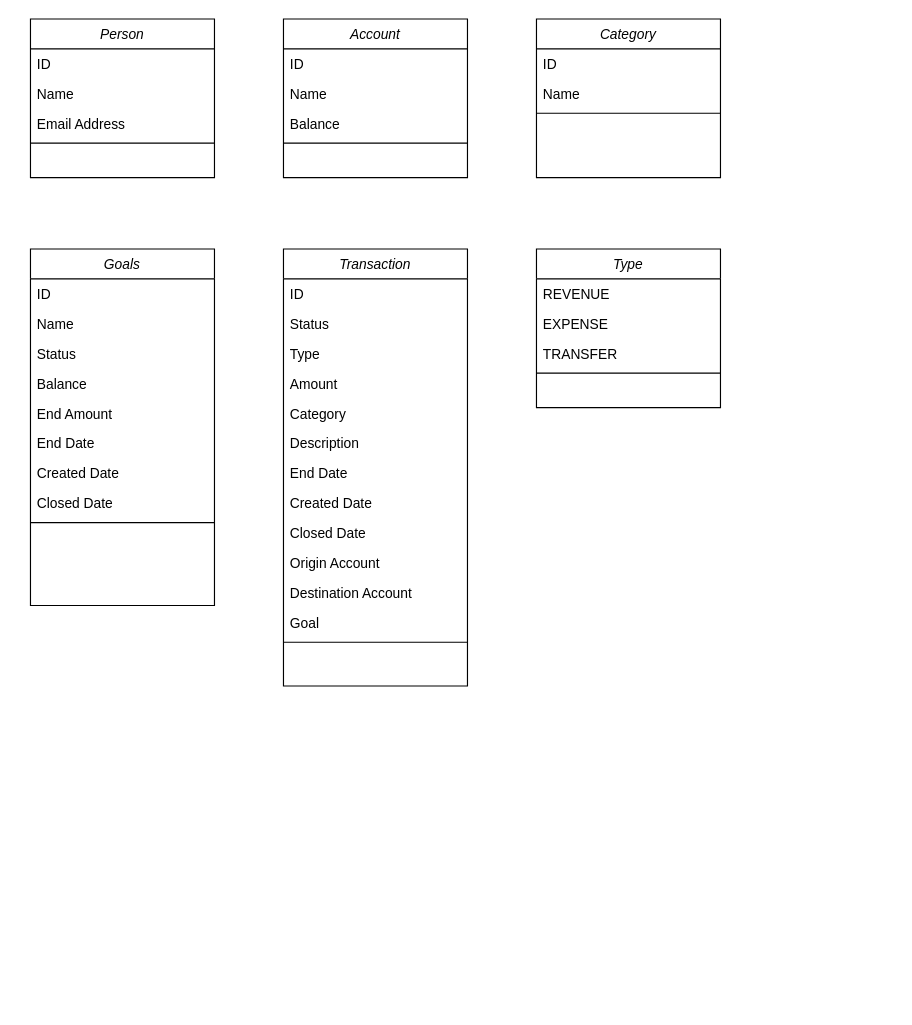
bassalobre/money-machine keeps this draw.io diagram as class_diagram.drawio. Above is the earlier version. Source tidied: cells renumbered, new cells numbered last; positions are measured from the earlier drawing's top-left corner, leaving out a move shared by most shapes. Both pictures are drawn from the tidied source at 115%, with x=0, y=0 at pixel (30, 18).
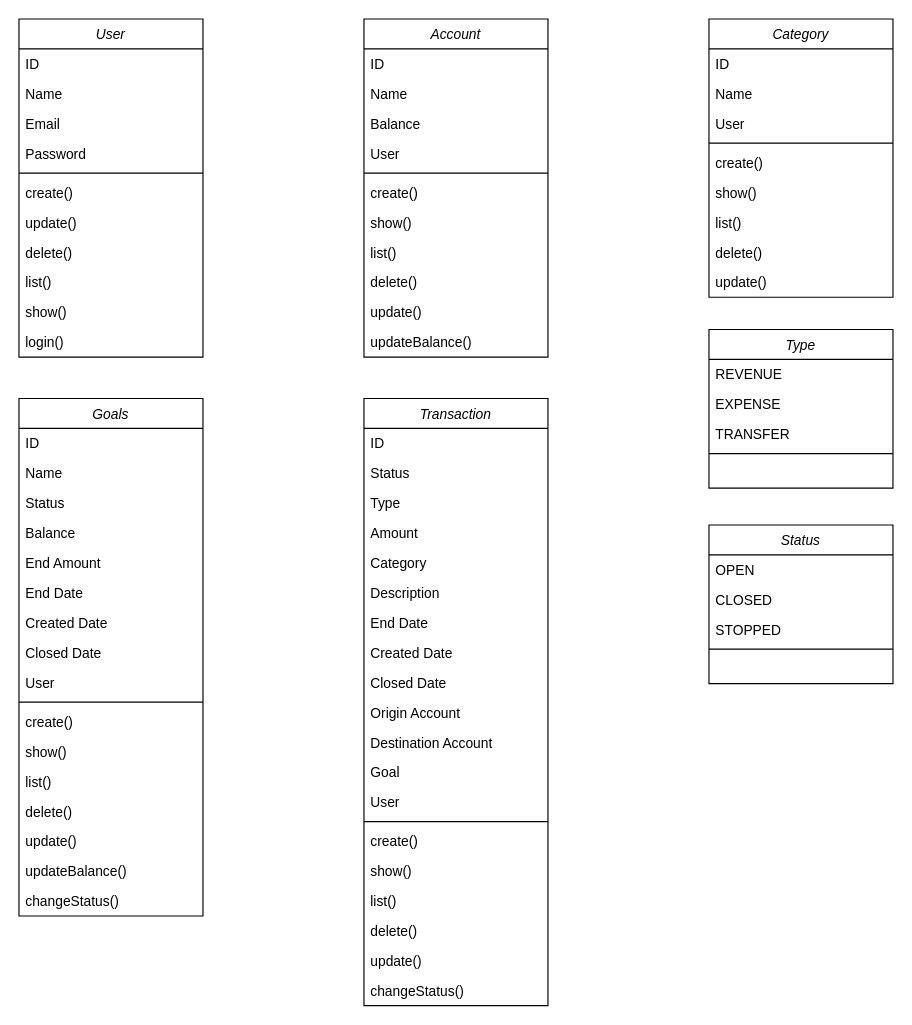
The same diagram, later.

Commit message:
Add methods on class diagram

What changed in the source:
```diff
@@
-    <mxCell id="2" value="Person" style="swimlane;fontStyle=2;align=center;verticalAlign=top;horizontal=1;startSize=26;rounded=0;shadow=0;strokeWidth=1;" parent="1" vertex="1">
-      <mxGeometry width="160" height="138" as="geometry" />
+    <mxCell id="2" value="User" style="swimlane;fontStyle=2;align=center;verticalAlign=top;horizontal=1;startSize=26;rounded=0;shadow=0;strokeWidth=1;" parent="1" vertex="1">
+      <mxGeometry x="-10" width="160" height="294" as="geometry" />
     </mxCell>
@@
-    <mxCell id="5" value="Email Address" style="text;align=left;verticalAlign=top;spacingLeft=4;spacingRight=4;overflow=hidden;rounded=0;shadow=0;html=0;" parent="2" vertex="1">
+    <mxCell id="5" value="Email" style="text;align=left;verticalAlign=top;spacingLeft=4;spacingRight=4;overflow=hidden;rounded=0;shadow=0;html=0;" parent="2" vertex="1">
       <mxGeometry y="78" width="160" height="26" as="geometry" />
     </mxCell>
+    <mxCell id="45" value="Password" style="text;align=left;verticalAlign=top;spacingLeft=4;spacingRight=4;overflow=hidden;rounded=0;shadow=0;html=0;" parent="2" vertex="1">
+      <mxGeometry y="104" width="160" height="26" as="geometry" />
+    </mxCell>
     <mxCell id="6" style="line;html=1;strokeWidth=1;align=left;verticalAlign=middle;spacingTop=-1;spacingLeft=3;spacingRight=3;labelPosition=right;" parent="2" vertex="1">
-      <mxGeometry y="104" width="160" height="8" as="geometry" />
+      <mxGeometry y="130" width="160" height="8" as="geometry" />
     </mxCell>
+    <mxCell id="46" value="create()" style="text;align=left;verticalAlign=top;spacingLeft=4;spacingRight=4;overflow=hidden;rounded=0;shadow=0;html=0;" parent="2" vertex="1">
+      <mxGeometry y="138" width="160" height="26" as="geometry" />
+    </mxCell>
+    <mxCell id="47" value="update()" style="text;align=left;verticalAlign=top;spacingLeft=4;spacingRight=4;overflow=hidden;rounded=0;shadow=0;html=0;" parent="2" vertex="1">
+      <mxGeometry y="164" width="160" height="26" as="geometry" />
+    </mxCell>
+    <mxCell id="48" value="delete()" style="text;align=left;verticalAlign=top;spacingLeft=4;spacingRight=4;overflow=hidden;rounded=0;shadow=0;html=0;" parent="2" vertex="1">
+      <mxGeometry y="190" width="160" height="26" as="geometry" />
+    </mxCell>
+    <mxCell id="49" value="list()" style="text;align=left;verticalAlign=top;spacingLeft=4;spacingRight=4;overflow=hidden;rounded=0;shadow=0;html=0;" parent="2" vertex="1">
+      <mxGeometry y="216" width="160" height="26" as="geometry" />
+    </mxCell>
+    <mxCell id="50" value="show()" style="text;align=left;verticalAlign=top;spacingLeft=4;spacingRight=4;overflow=hidden;rounded=0;shadow=0;html=0;" parent="2" vertex="1">
+      <mxGeometry y="242" width="160" height="26" as="geometry" />
+    </mxCell>
+    <mxCell id="51" value="login()" style="text;align=left;verticalAlign=top;spacingLeft=4;spacingRight=4;overflow=hidden;rounded=0;shadow=0;html=0;" parent="2" vertex="1">
+      <mxGeometry y="268" width="160" height="26" as="geometry" />
+    </mxCell>
     <mxCell id="7" value="Account" style="swimlane;fontStyle=2;align=center;verticalAlign=top;horizontal=1;startSize=26;rounded=0;shadow=0;strokeWidth=1;" parent="1" vertex="1">
-      <mxGeometry x="220" width="160" height="138" as="geometry" />
+      <mxGeometry x="290" width="160" height="294" as="geometry" />
     </mxCell>
@@
+    <mxCell id="52" value="User" style="text;align=left;verticalAlign=top;spacingLeft=4;spacingRight=4;overflow=hidden;rounded=0;shadow=0;html=0;" parent="7" vertex="1">
+      <mxGeometry y="104" width="160" height="26" as="geometry" />
+    </mxCell>
     <mxCell id="11" style="line;html=1;strokeWidth=1;align=left;verticalAlign=middle;spacingTop=-1;spacingLeft=3;spacingRight=3;labelPosition=right;" parent="7" vertex="1">
-      <mxGeometry y="104" width="160" height="8" as="geometry" />
+      <mxGeometry y="130" width="160" height="8" as="geometry" />
     </mxCell>
+    <mxCell id="53" value="create()" style="text;align=left;verticalAlign=top;spacingLeft=4;spacingRight=4;overflow=hidden;rounded=0;shadow=0;html=0;" parent="7" vertex="1">
+      <mxGeometry y="138" width="160" height="26" as="geometry" />
+    </mxCell>
+    <mxCell id="54" value="show()" style="text;align=left;verticalAlign=top;spacingLeft=4;spacingRight=4;overflow=hidden;rounded=0;shadow=0;html=0;" parent="7" vertex="1">
+      <mxGeometry y="164" width="160" height="26" as="geometry" />
+    </mxCell>
+    <mxCell id="55" value="list()" style="text;align=left;verticalAlign=top;spacingLeft=4;spacingRight=4;overflow=hidden;rounded=0;shadow=0;html=0;" parent="7" vertex="1">
+      <mxGeometry y="190" width="160" height="26" as="geometry" />
+    </mxCell>
+    <mxCell id="56" value="delete()" style="text;align=left;verticalAlign=top;spacingLeft=4;spacingRight=4;overflow=hidden;rounded=0;shadow=0;html=0;" parent="7" vertex="1">
+      <mxGeometry y="216" width="160" height="26" as="geometry" />
+    </mxCell>
+    <mxCell id="57" value="update()" style="text;align=left;verticalAlign=top;spacingLeft=4;spacingRight=4;overflow=hidden;rounded=0;shadow=0;html=0;" parent="7" vertex="1">
+      <mxGeometry y="242" width="160" height="26" as="geometry" />
+    </mxCell>
+    <mxCell id="58" value="updateBalance()" style="text;align=left;verticalAlign=top;spacingLeft=4;spacingRight=4;overflow=hidden;rounded=0;shadow=0;html=0;" parent="7" vertex="1">
+      <mxGeometry y="268" width="160" height="26" as="geometry" />
+    </mxCell>
     <mxCell id="12" value="Category" style="swimlane;fontStyle=2;align=center;verticalAlign=top;horizontal=1;startSize=26;rounded=0;shadow=0;strokeWidth=1;" parent="1" vertex="1">
-      <mxGeometry x="440" width="160" height="138" as="geometry" />
+      <mxGeometry x="590" width="160" height="242" as="geometry" />
     </mxCell>
@@
+    <mxCell id="59" value="User" style="text;align=left;verticalAlign=top;spacingLeft=4;spacingRight=4;overflow=hidden;" parent="12" vertex="1">
+      <mxGeometry y="78" width="160" height="26" as="geometry" />
+    </mxCell>
     <mxCell id="15" style="line;html=1;strokeWidth=1;align=left;verticalAlign=middle;spacingTop=-1;spacingLeft=3;spacingRight=3;labelPosition=right;" parent="12" vertex="1">
-      <mxGeometry y="78" width="160" height="8" as="geometry" />
+      <mxGeometry y="104" width="160" height="8" as="geometry" />
     </mxCell>
+    <mxCell id="60" value="create()" style="text;align=left;verticalAlign=top;spacingLeft=4;spacingRight=4;overflow=hidden;rounded=0;shadow=0;html=0;" parent="12" vertex="1">
+      <mxGeometry y="112" width="160" height="26" as="geometry" />
+    </mxCell>
+    <mxCell id="61" value="show()" style="text;align=left;verticalAlign=top;spacingLeft=4;spacingRight=4;overflow=hidden;rounded=0;shadow=0;html=0;" parent="12" vertex="1">
+      <mxGeometry y="138" width="160" height="26" as="geometry" />
+    </mxCell>
+    <mxCell id="62" value="list()" style="text;align=left;verticalAlign=top;spacingLeft=4;spacingRight=4;overflow=hidden;rounded=0;shadow=0;html=0;" parent="12" vertex="1">
+      <mxGeometry y="164" width="160" height="26" as="geometry" />
+    </mxCell>
+    <mxCell id="63" value="delete()" style="text;align=left;verticalAlign=top;spacingLeft=4;spacingRight=4;overflow=hidden;rounded=0;shadow=0;html=0;" parent="12" vertex="1">
+      <mxGeometry y="190" width="160" height="26" as="geometry" />
+    </mxCell>
+    <mxCell id="64" value="update()" style="text;align=left;verticalAlign=top;spacingLeft=4;spacingRight=4;overflow=hidden;rounded=0;shadow=0;html=0;" parent="12" vertex="1">
+      <mxGeometry y="216" width="160" height="26" as="geometry" />
+    </mxCell>
     <mxCell id="16" value="Goals" style="swimlane;fontStyle=2;align=center;verticalAlign=top;horizontal=1;startSize=26;rounded=0;shadow=0;strokeWidth=1;" parent="1" vertex="1">
-      <mxGeometry y="200" width="160" height="310" as="geometry" />
+      <mxGeometry x="-10" y="330" width="160" height="450" as="geometry" />
     </mxCell>
@@
+    <mxCell id="65" value="User" style="text;align=left;verticalAlign=top;spacingLeft=4;spacingRight=4;overflow=hidden;" parent="16" vertex="1">
+      <mxGeometry y="234" width="160" height="26" as="geometry" />
+    </mxCell>
     <mxCell id="25" style="line;html=1;strokeWidth=1;align=left;verticalAlign=middle;spacingTop=-1;spacingLeft=3;spacingRight=3;labelPosition=right;" parent="16" vertex="1">
-      <mxGeometry y="234" width="160" height="8" as="geometry" />
+      <mxGeometry y="260" width="160" height="8" as="geometry" />
     </mxCell>
+    <mxCell id="66" value="create()" style="text;align=left;verticalAlign=top;spacingLeft=4;spacingRight=4;overflow=hidden;rounded=0;shadow=0;html=0;" parent="16" vertex="1">
+      <mxGeometry y="268" width="160" height="26" as="geometry" />
+    </mxCell>
+    <mxCell id="67" value="show()" style="text;align=left;verticalAlign=top;spacingLeft=4;spacingRight=4;overflow=hidden;rounded=0;shadow=0;html=0;" parent="16" vertex="1">
+      <mxGeometry y="294" width="160" height="26" as="geometry" />
+    </mxCell>
+    <mxCell id="68" value="list()" style="text;align=left;verticalAlign=top;spacingLeft=4;spacingRight=4;overflow=hidden;rounded=0;shadow=0;html=0;" parent="16" vertex="1">
+      <mxGeometry y="320" width="160" height="26" as="geometry" />
+    </mxCell>
+    <mxCell id="69" value="delete()" style="text;align=left;verticalAlign=top;spacingLeft=4;spacingRight=4;overflow=hidden;rounded=0;shadow=0;html=0;" parent="16" vertex="1">
+      <mxGeometry y="346" width="160" height="26" as="geometry" />
+    </mxCell>
+    <mxCell id="70" value="update()" style="text;align=left;verticalAlign=top;spacingLeft=4;spacingRight=4;overflow=hidden;rounded=0;shadow=0;html=0;" parent="16" vertex="1">
+      <mxGeometry y="372" width="160" height="26" as="geometry" />
+    </mxCell>
+    <mxCell id="71" value="updateBalance()" style="text;align=left;verticalAlign=top;spacingLeft=4;spacingRight=4;overflow=hidden;rounded=0;shadow=0;html=0;" parent="16" vertex="1">
+      <mxGeometry y="398" width="160" height="26" as="geometry" />
+    </mxCell>
+    <mxCell id="72" value="changeStatus()" style="text;align=left;verticalAlign=top;spacingLeft=4;spacingRight=4;overflow=hidden;rounded=0;shadow=0;html=0;" parent="16" vertex="1">
+      <mxGeometry y="424" width="160" height="26" as="geometry" />
+    </mxCell>
     <mxCell id="26" value="Transaction" style="swimlane;fontStyle=2;align=center;verticalAlign=top;horizontal=1;startSize=26;rounded=0;shadow=0;strokeWidth=1;" parent="1" vertex="1">
-      <mxGeometry x="220" y="200" width="160" height="380" as="geometry" />
+      <mxGeometry x="290" y="330" width="160" height="528" as="geometry" />
     </mxCell>
@@
+    <mxCell id="73" value="User" style="text;align=left;verticalAlign=top;spacingLeft=4;spacingRight=4;overflow=hidden;" parent="26" vertex="1">
+      <mxGeometry y="338" width="160" height="26" as="geometry" />
+    </mxCell>
     <mxCell id="39" style="line;html=1;strokeWidth=1;align=left;verticalAlign=middle;spacingTop=-1;spacingLeft=3;spacingRight=3;labelPosition=right;" parent="26" vertex="1">
-      <mxGeometry y="338" width="160" height="8" as="geometry" />
+      <mxGeometry y="364" width="160" height="8" as="geometry" />
     </mxCell>
+    <mxCell id="74" value="create()" style="text;align=left;verticalAlign=top;spacingLeft=4;spacingRight=4;overflow=hidden;rounded=0;shadow=0;html=0;" parent="26" vertex="1">
+      <mxGeometry y="372" width="160" height="26" as="geometry" />
+    </mxCell>
+    <mxCell id="75" value="show()" style="text;align=left;verticalAlign=top;spacingLeft=4;spacingRight=4;overflow=hidden;rounded=0;shadow=0;html=0;" parent="26" vertex="1">
+      <mxGeometry y="398" width="160" height="26" as="geometry" />
+    </mxCell>
+    <mxCell id="76" value="list()" style="text;align=left;verticalAlign=top;spacingLeft=4;spacingRight=4;overflow=hidden;rounded=0;shadow=0;html=0;" parent="26" vertex="1">
+      <mxGeometry y="424" width="160" height="26" as="geometry" />
+    </mxCell>
+    <mxCell id="77" value="delete()" style="text;align=left;verticalAlign=top;spacingLeft=4;spacingRight=4;overflow=hidden;rounded=0;shadow=0;html=0;" parent="26" vertex="1">
+      <mxGeometry y="450" width="160" height="26" as="geometry" />
+    </mxCell>
+    <mxCell id="78" value="update()" style="text;align=left;verticalAlign=top;spacingLeft=4;spacingRight=4;overflow=hidden;rounded=0;shadow=0;html=0;" parent="26" vertex="1">
+      <mxGeometry y="476" width="160" height="26" as="geometry" />
+    </mxCell>
+    <mxCell id="79" value="changeStatus()" style="text;align=left;verticalAlign=top;spacingLeft=4;spacingRight=4;overflow=hidden;rounded=0;shadow=0;html=0;" parent="26" vertex="1">
+      <mxGeometry y="502" width="160" height="26" as="geometry" />
+    </mxCell>
     <mxCell id="40" value="Type" style="swimlane;fontStyle=2;align=center;verticalAlign=top;horizontal=1;startSize=26;rounded=0;shadow=0;strokeWidth=1;" parent="1" vertex="1">
-      <mxGeometry x="440" y="200" width="160" height="138" as="geometry" />
+      <mxGeometry x="590" y="270" width="160" height="138" as="geometry" />
     </mxCell>
@@
+    <mxCell id="80" value="Status" style="swimlane;fontStyle=2;align=center;verticalAlign=top;horizontal=1;startSize=26;rounded=0;shadow=0;strokeWidth=1;" parent="1" vertex="1">
+      <mxGeometry x="590" y="440" width="160" height="138" as="geometry" />
+    </mxCell>
+    <mxCell id="81" value="OPEN" style="text;align=left;verticalAlign=top;spacingLeft=4;spacingRight=4;overflow=hidden;" parent="80" vertex="1">
+      <mxGeometry y="26" width="160" height="26" as="geometry" />
+    </mxCell>
+    <mxCell id="82" value="CLOSED" style="text;align=left;verticalAlign=top;spacingLeft=4;spacingRight=4;overflow=hidden;" parent="80" vertex="1">
+      <mxGeometry y="52" width="160" height="26" as="geometry" />
+    </mxCell>
+    <mxCell id="83" value="STOPPED" style="text;align=left;verticalAlign=top;spacingLeft=4;spacingRight=4;overflow=hidden;" parent="80" vertex="1">
+      <mxGeometry y="78" width="160" height="26" as="geometry" />
+    </mxCell>
+    <mxCell id="84" style="line;html=1;strokeWidth=1;align=left;verticalAlign=middle;spacingTop=-1;spacingLeft=3;spacingRight=3;labelPosition=right;" parent="80" vertex="1">
+      <mxGeometry y="104" width="160" height="8" as="geometry" />
+    </mxCell>
```
